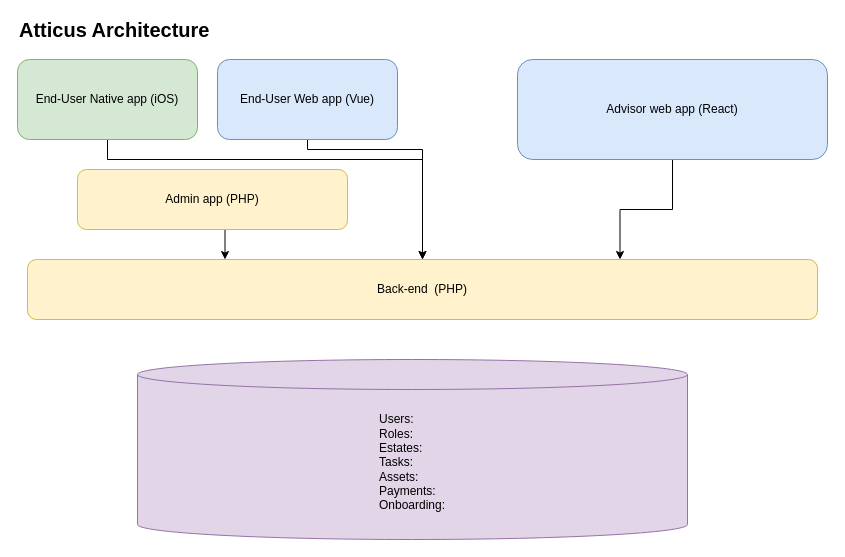
Earlier version of the draw.io diagram AtticusSystems.drawio (stellarjaydoc/architecture). Source tidied: cells renumbered, new cells numbered last; positions are measured from the earlier drawing's top-left corner, leaving out a move shared by most shapes. Both pictures are drawn from the tidied source at 100%, with x=0, y=0 at pixel (17, 19).
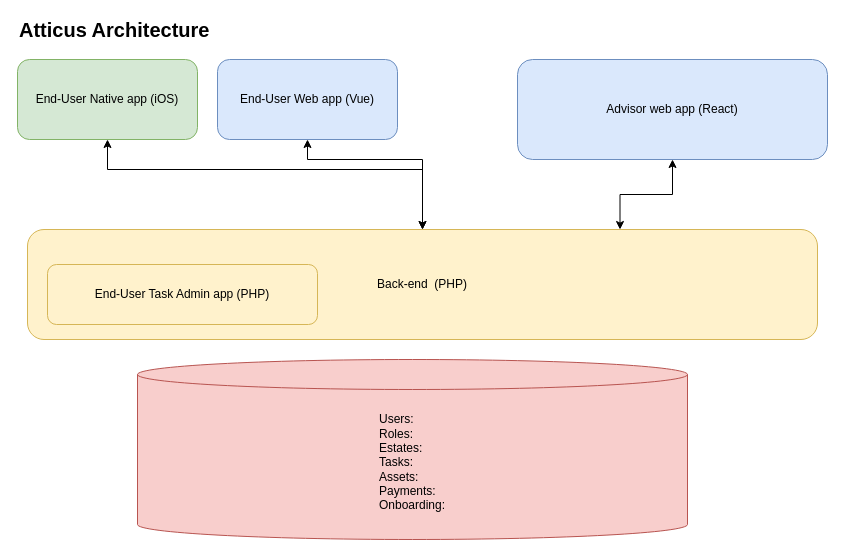
Above is the later version.

What changed in the source:
```diff
@@
 <mxGraphModel>
   <root>
     <mxCell id="0" />
     <mxCell id="1" parent="0" />
-    <mxCell id="2" value="&lt;div style=&quot;text-align: left&quot;&gt;&lt;span&gt;Users:&amp;nbsp;&lt;/span&gt;&lt;/div&gt;&lt;div style=&quot;text-align: left&quot;&gt;&lt;span&gt;Roles:&amp;nbsp;&lt;/span&gt;&lt;/div&gt;&lt;div style=&quot;text-align: left&quot;&gt;&lt;span&gt;Estates:&amp;nbsp;&lt;/span&gt;&lt;/div&gt;&lt;div style=&quot;text-align: left&quot;&gt;&lt;span&gt;Tasks:&lt;/span&gt;&lt;/div&gt;&lt;div style=&quot;text-align: left&quot;&gt;&lt;span&gt;Assets:&lt;/span&gt;&lt;/div&gt;&lt;div style=&quot;text-align: left&quot;&gt;&lt;span&gt;Payments:&amp;nbsp;&lt;/span&gt;&lt;/div&gt;&lt;div style=&quot;text-align: left&quot;&gt;&lt;span&gt;Onboarding:&lt;/span&gt;&lt;/div&gt;" style="shape=cylinder3;whiteSpace=wrap;html=1;boundedLbl=1;backgroundOutline=1;size=15;fillColor=#e1d5e7;strokeColor=#9673a6;" parent="1" vertex="1">
+    <mxCell id="2" value="&lt;div style=&quot;text-align: left&quot;&gt;&lt;span&gt;Users:&amp;nbsp;&lt;/span&gt;&lt;/div&gt;&lt;div style=&quot;text-align: left&quot;&gt;&lt;span&gt;Roles:&amp;nbsp;&lt;/span&gt;&lt;/div&gt;&lt;div style=&quot;text-align: left&quot;&gt;&lt;span&gt;Estates:&amp;nbsp;&lt;/span&gt;&lt;/div&gt;&lt;div style=&quot;text-align: left&quot;&gt;&lt;span&gt;Tasks:&lt;/span&gt;&lt;/div&gt;&lt;div style=&quot;text-align: left&quot;&gt;&lt;span&gt;Assets:&lt;/span&gt;&lt;/div&gt;&lt;div style=&quot;text-align: left&quot;&gt;&lt;span&gt;Payments:&amp;nbsp;&lt;/span&gt;&lt;/div&gt;&lt;div style=&quot;text-align: left&quot;&gt;&lt;span&gt;Onboarding:&lt;/span&gt;&lt;/div&gt;" style="shape=cylinder3;whiteSpace=wrap;html=1;boundedLbl=1;backgroundOutline=1;size=15;fillColor=#f8cecc;strokeColor=#b85450;" parent="1" vertex="1">
       <mxGeometry x="120" y="340" width="550" height="180" as="geometry" />
     </mxCell>
-    <mxCell id="3" style="edgeStyle=orthogonalEdgeStyle;rounded=0;jettySize=auto;html=1;exitX=0.5;exitY=1;exitDx=0;exitDy=0;fontSize=20;" parent="1" edge="1" source="4" target="9">
+    <mxCell id="3" style="edgeStyle=orthogonalEdgeStyle;rounded=0;jettySize=auto;html=1;exitX=0.5;exitY=1;exitDx=0;exitDy=0;fontSize=20;startArrow=classic;startFill=1;" parent="1" edge="1" source="4" target="9">
       <mxGeometry relative="1" as="geometry">
         <Array as="points">
-          <mxPoint x="290" y="130" />
-          <mxPoint x="405" y="130" />
+          <mxPoint x="290" y="140" />
+          <mxPoint x="405" y="140" />
         </Array>
       </mxGeometry>
     </mxCell>
     <mxCell id="4" value="End-User Web app (Vue)&lt;br&gt;" style="rounded=1;whiteSpace=wrap;html=1;fillColor=#dae8fc;strokeColor=#6c8ebf;" parent="1" vertex="1">
       <mxGeometry x="200" y="40" width="180" height="80" as="geometry" />
     </mxCell>
-    <mxCell id="5" style="edgeStyle=orthogonalEdgeStyle;rounded=0;jettySize=auto;html=1;exitX=0.5;exitY=1;exitDx=0;exitDy=0;fontSize=20;" parent="1" edge="1" source="6" target="9">
+    <mxCell id="5" style="edgeStyle=orthogonalEdgeStyle;rounded=0;jettySize=auto;html=1;exitX=0.5;exitY=1;exitDx=0;exitDy=0;fontSize=20;startArrow=classic;startFill=1;" parent="1" edge="1" source="6" target="9">
       <mxGeometry relative="1" as="geometry">
         <Array as="points">
-          <mxPoint x="90" y="140" />
-          <mxPoint x="405" y="140" />
+          <mxPoint x="90" y="150" />
+          <mxPoint x="405" y="150" />
         </Array>
       </mxGeometry>
     </mxCell>
     <mxCell id="6" value="End-User Native app (iOS)" style="rounded=1;whiteSpace=wrap;html=1;fillColor=#d5e8d4;strokeColor=#82b366;" parent="1" vertex="1">
       <mxGeometry y="40" width="180" height="80" as="geometry" />
     </mxCell>
-    <mxCell id="7" style="edgeStyle=orthogonalEdgeStyle;rounded=0;jettySize=auto;html=1;exitX=0.5;exitY=1;exitDx=0;exitDy=0;entryX=0.25;entryY=0;entryDx=0;entryDy=0;fontSize=20;" parent="1" edge="1" source="8" target="9">
-      <mxGeometry relative="1" as="geometry" />
-    </mxCell>
-    <mxCell id="8" value="Admin app (PHP)" style="rounded=1;whiteSpace=wrap;html=1;fillColor=#fff2cc;strokeColor=#d6b656;" parent="1" vertex="1">
-      <mxGeometry x="60" y="150" width="270" height="60" as="geometry" />
-    </mxCell>
     <mxCell id="9" value="Back-end&amp;nbsp; (PHP)" style="rounded=1;whiteSpace=wrap;html=1;fillColor=#fff2cc;strokeColor=#d6b656;" parent="1" vertex="1">
-      <mxGeometry x="10" y="240" width="790" height="60" as="geometry" />
+      <mxGeometry x="10" y="210" width="790" height="110" as="geometry" />
     </mxCell>
-    <mxCell id="10" style="edgeStyle=orthogonalEdgeStyle;rounded=0;jettySize=auto;html=1;exitX=0.5;exitY=1;exitDx=0;exitDy=0;entryX=0.75;entryY=0;entryDx=0;entryDy=0;fontSize=20;" parent="1" edge="1" source="11" target="9">
+    <mxCell id="10" style="edgeStyle=orthogonalEdgeStyle;rounded=0;jettySize=auto;html=1;exitX=0.5;exitY=1;exitDx=0;exitDy=0;entryX=0.75;entryY=0;entryDx=0;entryDy=0;fontSize=20;startArrow=classic;startFill=1;" parent="1" edge="1" source="11" target="9">
       <mxGeometry relative="1" as="geometry" />
     </mxCell>
     <mxCell id="11" value="Advisor web app (React)" style="rounded=1;whiteSpace=wrap;html=1;fillColor=#dae8fc;strokeColor=#6c8ebf;" parent="1" vertex="1">
       <mxGeometry x="500" y="40" width="310" height="100" as="geometry" />
     </mxCell>
     <mxCell id="12" value="Atticus Architecture" style="text;html=1;strokeColor=none;fillColor=none;align=left;verticalAlign=middle;whiteSpace=wrap;rounded=0;fontSize=20;fontStyle=1;" parent="1" vertex="1">
       <mxGeometry width="270" height="20" as="geometry" />
     </mxCell>
+    <mxCell id="8" value="End-User Task Admin app (PHP)" style="rounded=1;whiteSpace=wrap;html=1;fillColor=#fff2cc;strokeColor=#d6b656;" parent="1" vertex="1">
+      <mxGeometry x="30" y="245" width="270" height="60" as="geometry" />
+    </mxCell>
   </root>
 </mxGraphModel>
```
